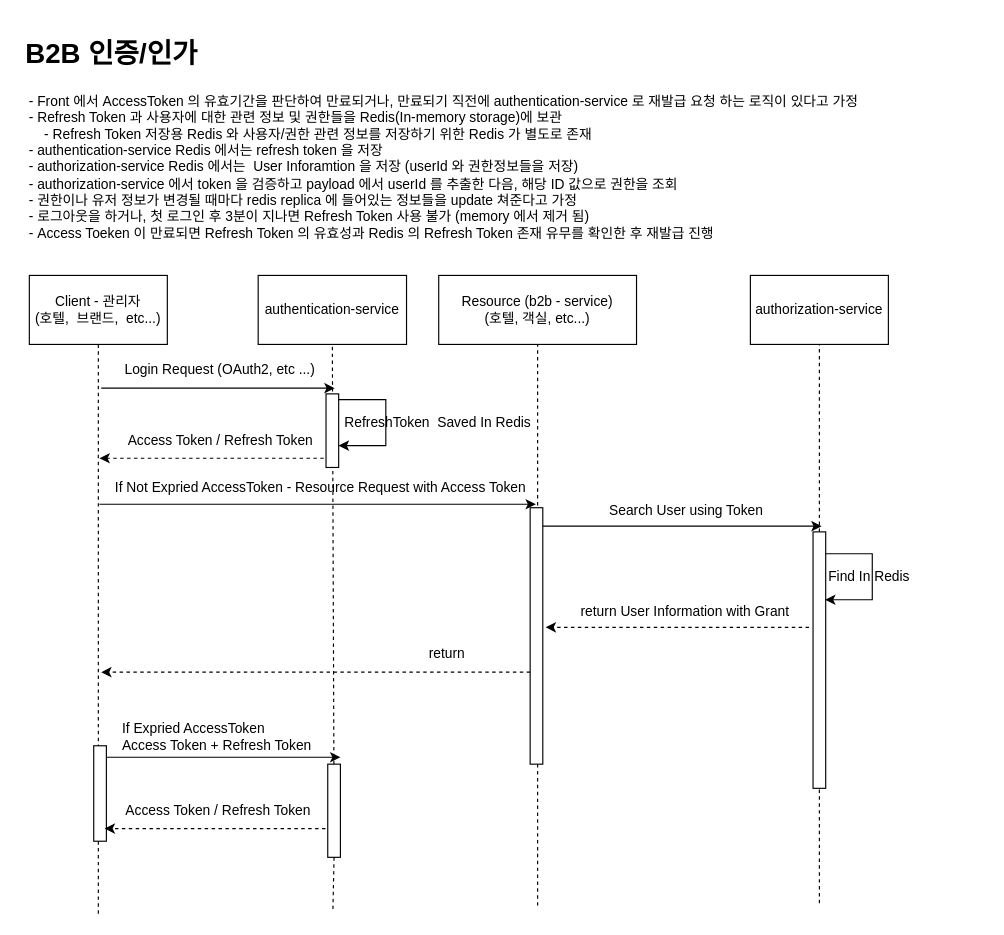
BAEKJungHo/TIL keeps this draw.io diagram as drawio/Untitled Diagram.drawio. Above is the earlier version. Source tidied: cells renumbered, new cells numbered last; positions are measured from the earlier drawing's top-left corner, leaving out a move shared by most shapes. Both pictures are drawn from the tidied source at 115%, with x=0, y=0 at pixel (20, 31).
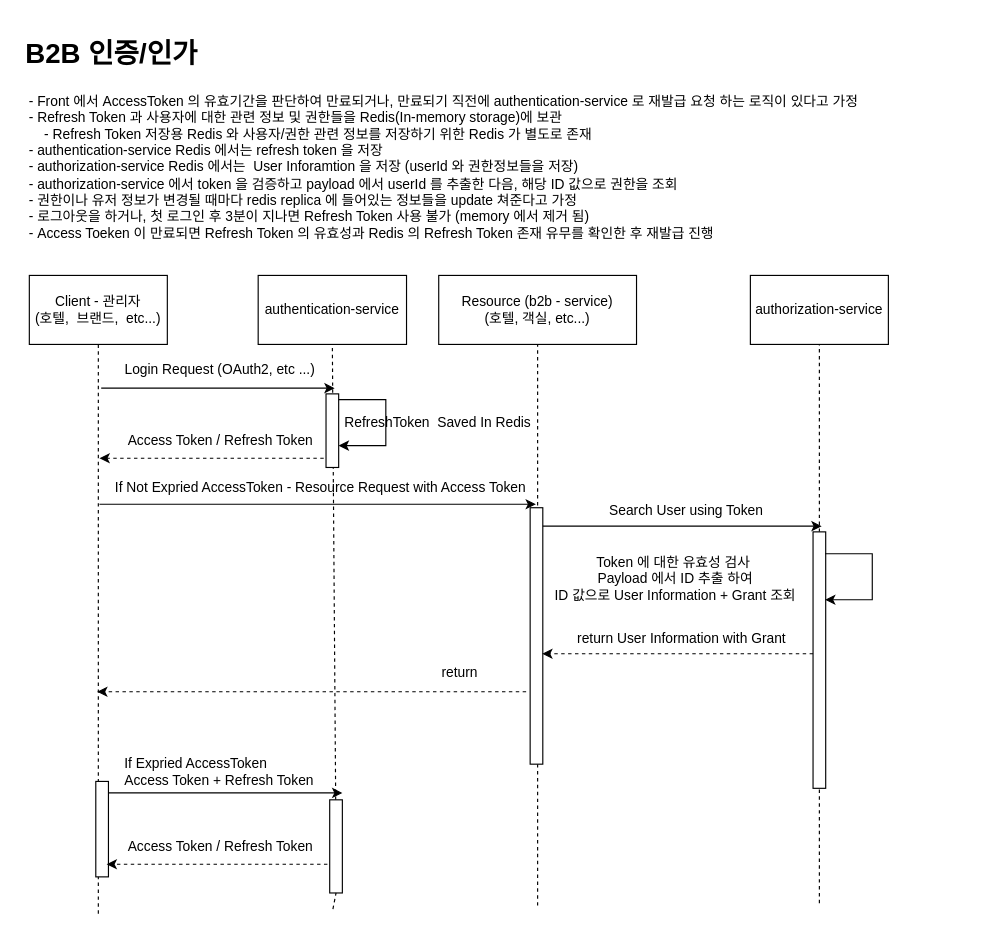
The same diagram, later.

Commit message:
B2B Authentication/Authorization

The edit, as a diff of the source:
```diff
@@
     <mxCell id="20" style="endArrow=classic;html=1;rounded=0;dashed=1;" parent="1" edge="1">
       <mxGeometry relative="1" as="geometry">
-        <mxPoint x="443.5" y="557" as="sourcePoint" />
-        <mxPoint x="70.5" y="557" as="targetPoint" />
+        <mxPoint x="440" y="574" as="sourcePoint" />
+        <mxPoint x="67" y="574" as="targetPoint" />
       </mxGeometry>
     </mxCell>
     <mxCell id="21" value="return" style="text;html=1;strokeColor=none;fillColor=none;align=center;verticalAlign=middle;whiteSpace=wrap;rounded=0;" parent="1" vertex="1">
-      <mxGeometry x="343.5" y="530" width="55" height="21" as="geometry" />
+      <mxGeometry x="355" y="547" width="55" height="21" as="geometry" />
     </mxCell>
     <mxCell id="22" style="rounded=0;whiteSpace=wrap;html=1;" parent="1" vertex="1">
-      <mxGeometry x="64" y="621" width="11" height="83" as="geometry" />
+      <mxGeometry x="65.8" y="652" width="11" height="83" as="geometry" />
     </mxCell>
     <mxCell id="23" style="endArrow=classic;html=1;rounded=0;" parent="1" edge="1">
       <mxGeometry relative="1" as="geometry">
-        <mxPoint x="75.5" y="631" as="sourcePoint" />
-        <mxPoint x="278.5" y="631" as="targetPoint" />
+        <mxPoint x="77.2" y="662" as="sourcePoint" />
+        <mxPoint x="280.2" y="662" as="targetPoint" />
       </mxGeometry>
     </mxCell>
     <mxCell id="24" value="If Expried AccessToken&amp;nbsp;&lt;br&gt;Access Token + Refresh Token" style="text;html=1;strokeColor=none;fillColor=none;align=left;verticalAlign=middle;whiteSpace=wrap;rounded=0;" parent="1" vertex="1">
-      <mxGeometry x="87" y="604" width="193.5" height="18" as="geometry" />
+      <mxGeometry x="88.8" y="635" width="193.5" height="18" as="geometry" />
     </mxCell>
     <mxCell id="25" style="rounded=0;whiteSpace=wrap;html=1;" parent="1" vertex="1">
-      <mxGeometry x="267.5" y="637" width="11" height="81" as="geometry" />
+      <mxGeometry x="269.2" y="668" width="11" height="81" as="geometry" />
     </mxCell>
@@
     <mxCell id="27" style="endArrow=classic;html=1;rounded=0;dashed=1;" parent="1" edge="1">
       <mxGeometry relative="1" as="geometry">
-        <mxPoint x="265.5" y="693" as="sourcePoint" />
-        <mxPoint x="73.5" y="693" as="targetPoint" />
+        <mxPoint x="267.2" y="724" as="sourcePoint" />
+        <mxPoint x="75.2" y="724" as="targetPoint" />
       </mxGeometry>
     </mxCell>
     <mxCell id="28" value="Access Token / Refresh Token" style="text;html=1;strokeColor=none;fillColor=none;align=center;verticalAlign=middle;whiteSpace=wrap;rounded=0;" parent="1" vertex="1">
-      <mxGeometry x="87" y="667" width="171" height="21" as="geometry" />
+      <mxGeometry x="88.8" y="698" width="171" height="21" as="geometry" />
     </mxCell>
@@
     <mxCell id="35" style="endArrow=classic;html=1;rounded=0;dashed=1;" parent="1" edge="1">
       <mxGeometry relative="1" as="geometry">
-        <mxPoint x="686" y="518" as="sourcePoint" />
-        <mxPoint x="457" y="518" as="targetPoint" />
+        <mxPoint x="689.5" y="541" as="sourcePoint" />
+        <mxPoint x="454" y="541" as="targetPoint" />
       </mxGeometry>
     </mxCell>
     <mxCell id="36" value="return User Information with Grant" style="text;html=1;strokeColor=none;fillColor=none;align=center;verticalAlign=middle;whiteSpace=wrap;rounded=0;" parent="1" vertex="1">
-      <mxGeometry x="482" y="496" width="192.5" height="18" as="geometry" />
+      <mxGeometry x="479" y="519" width="192.5" height="18" as="geometry" />
     </mxCell>
@@
-    <mxCell id="38" value="Find In Redis" style="text;html=1;strokeColor=none;fillColor=none;align=center;verticalAlign=middle;whiteSpace=wrap;rounded=0;" parent="1" vertex="1">
-      <mxGeometry x="638" y="463" width="201" height="21" as="geometry" />
+    <mxCell id="38" value="Token 에 대한 유효성 검사&amp;nbsp;&lt;br&gt;Payload 에서 ID 추출 하여&lt;br&gt;ID 값으로 User Information + Grant 조회" style="text;html=1;strokeColor=none;fillColor=none;align=center;verticalAlign=middle;whiteSpace=wrap;rounded=0;" parent="1" vertex="1">
+      <mxGeometry x="418" y="461" width="304.2" height="29" as="geometry" />
     </mxCell>
```
